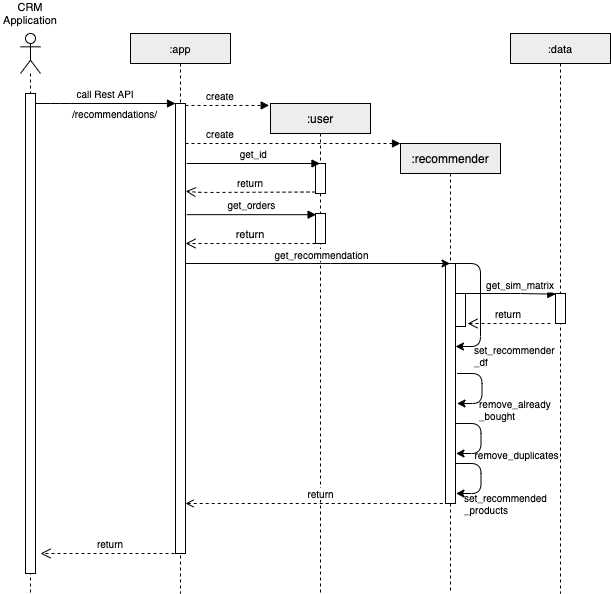
This is docs/Sequence.png from steffenkk/recommendation-app, a draw.io export, as it was before one commit. Source tidied: cells renumbered, new cells last; positions are measured from the earlier drawing's top-left corner, leaving out a move shared by most shapes.
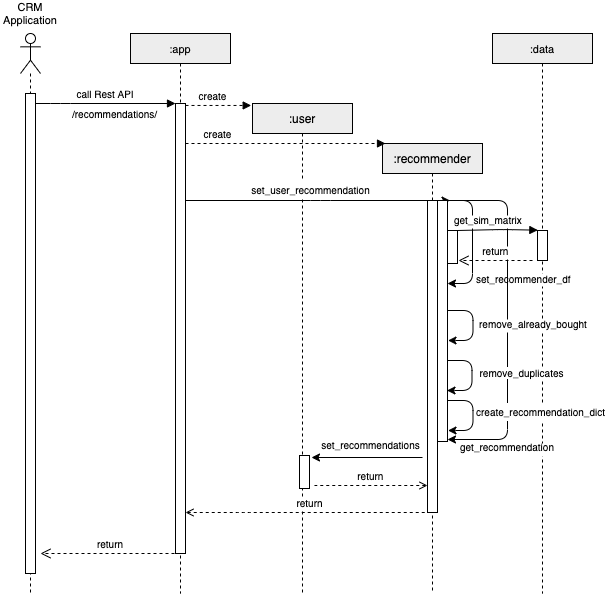
Later version of the same file.

Change to the diagram source:
```diff
@@ -9,30 +9,11 @@
       <mxGeometry x="45" y="70" width="10" height="450" as="geometry" />
     </mxCell>
     <mxCell id="4" value=":user" style="shape=umlLifeline;perimeter=lifelinePerimeter;rounded=0;shadow=0;strokeWidth=1;size=30;labelBackgroundColor=none;fillColor=#EDEDED;" parent="1" vertex="1">
-      <mxGeometry x="270" y="100" width="100" height="490" as="geometry" />
+      <mxGeometry x="252" y="100" width="100" height="490" as="geometry" />
     </mxCell>
-    <mxCell id="5" style="points=[];perimeter=orthogonalPerimeter;rounded=0;shadow=0;strokeWidth=1;" parent="4" vertex="1">
-      <mxGeometry x="45" y="60" width="10" height="30" as="geometry" />
-    </mxCell>
-    <mxCell id="6" style="points=[];perimeter=orthogonalPerimeter;rounded=0;shadow=0;strokeWidth=1;" parent="4" vertex="1">
-      <mxGeometry x="45" y="110" width="10" height="30" as="geometry" />
-    </mxCell>
-    <mxCell id="7" value="return" style="verticalAlign=bottom;endArrow=open;dashed=1;endSize=8;exitX=0;exitY=0.95;shadow=0;strokeWidth=1;" parent="4" edge="1">
-      <mxGeometry relative="1" as="geometry">
-        <mxPoint x="45" y="140" as="sourcePoint" />
-        <mxPoint x="-85" y="140" as="targetPoint" />
-        <Array as="points">
-          <mxPoint x="-50" y="140" />
-        </Array>
-      </mxGeometry>
-    </mxCell>
-    <mxCell id="8" value="return" style="verticalAlign=bottom;endArrow=open;dashed=1;endSize=8;exitX=0;exitY=0.95;shadow=0;strokeWidth=1;entryX=1.02;entryY=0.195;entryDx=0;entryDy=0;entryPerimeter=0;fontSize=10;" parent="1" edge="1" source="5" target="3">
-      <mxGeometry relative="1" as="geometry">
-        <Array as="points">
-          <mxPoint x="200" y="189" />
-        </Array>
-      </mxGeometry>
-    </mxCell>
+    <mxCell id="37" style="perimeter=orthogonalPerimeter;rounded=0;shadow=0;strokeWidth=1;" parent="4" vertex="1">
+      <mxGeometry x="47" y="352" width="10" height="33" as="geometry" />
+    </mxCell>
     <mxCell id="9" value="create" style="verticalAlign=bottom;endArrow=block;entryX=-0.013;entryY=0.004;shadow=0;strokeWidth=1;dashed=1;entryDx=0;entryDy=0;entryPerimeter=0;fontSize=10;" parent="1" edge="1" source="3" target="4">
       <mxGeometry x="-0.16" relative="1" as="geometry" />
     </mxCell>
@@ -56,37 +37,31 @@
       <mxGeometry width="60" height="20" as="geometry" />
     </mxCell>
     <mxCell id="15" value=":recommender" style="shape=umlLifeline;perimeter=lifelinePerimeter;rounded=0;shadow=0;strokeWidth=1;size=30;labelBackgroundColor=none;fillColor=#EDEDED;" parent="1" vertex="1">
-      <mxGeometry x="400" y="140" width="100" height="450" as="geometry" />
+      <mxGeometry x="382" y="140" width="100" height="450" as="geometry" />
     </mxCell>
     <mxCell id="16" style="perimeter=orthogonalPerimeter;rounded=0;shadow=0;strokeWidth=1;" parent="15" vertex="1">
-      <mxGeometry x="45" y="120" width="10" height="240" as="geometry" />
+      <mxGeometry x="45" y="57" width="10" height="312" as="geometry" />
     </mxCell>
     <mxCell id="17" style="edgeStyle=orthogonalEdgeStyle;rounded=1;orthogonalLoop=1;jettySize=auto;html=1;startArrow=none;startFill=0;fontSize=11;" parent="15" edge="1">
       <mxGeometry relative="1" as="geometry">
-        <mxPoint x="55" y="120" as="sourcePoint" />
-        <mxPoint x="55" y="203" as="targetPoint" />
+        <mxPoint x="65" y="57" as="sourcePoint" />
+        <mxPoint x="65" y="140" as="targetPoint" />
         <Array as="points">
-          <mxPoint x="55" y="120" />
-          <mxPoint x="80" y="120" />
-          <mxPoint x="80" y="203" />
+          <mxPoint x="65" y="57" />
+          <mxPoint x="90" y="57" />
+          <mxPoint x="90" y="140" />
         </Array>
       </mxGeometry>
     </mxCell>
     <mxCell id="18" style="perimeter=orthogonalPerimeter;rounded=0;shadow=0;strokeWidth=1;" parent="15" vertex="1">
-      <mxGeometry x="55" y="150" width="10" height="33" as="geometry" />
+      <mxGeometry x="65" y="87" width="10" height="33" as="geometry" />
     </mxCell>
     <mxCell id="19" value="create" style="verticalAlign=bottom;endArrow=block;shadow=0;strokeWidth=1;dashed=1;fontSize=10;" parent="1" edge="1">
       <mxGeometry x="-0.67" relative="1" as="geometry">
         <mxPoint x="185" y="140" as="sourcePoint" />
-        <mxPoint x="400" y="140" as="targetPoint" />
+        <mxPoint x="385" y="140" as="targetPoint" />
       </mxGeometry>
     </mxCell>
-    <mxCell id="20" value="get_id" style="verticalAlign=bottom;endArrow=block;shadow=0;strokeWidth=1;fontSize=10;" parent="1" edge="1">
-      <mxGeometry relative="1" as="geometry">
-        <mxPoint x="186.3" y="160" as="sourcePoint" />
-        <mxPoint x="319.5" y="160" as="targetPoint" />
-      </mxGeometry>
-    </mxCell>
     <mxCell id="21" value="return" style="verticalAlign=bottom;endArrow=open;dashed=1;endSize=8;shadow=0;strokeWidth=1;fontSize=10;" parent="1" edge="1">
       <mxGeometry relative="1" as="geometry">
         <mxPoint x="180" y="550" as="sourcePoint" />
@@ -94,93 +69,132 @@
       </mxGeometry>
     </mxCell>
     <mxCell id="22" value=":data" style="shape=umlLifeline;perimeter=lifelinePerimeter;rounded=0;shadow=0;strokeWidth=1;fontSize=11;size=30;labelBackgroundColor=none;fillColor=#EDEDED;" parent="1" vertex="1">
-      <mxGeometry x="510" y="30" width="100" height="560" as="geometry" />
+      <mxGeometry x="492" y="30" width="100" height="560" as="geometry" />
     </mxCell>
     <mxCell id="23" style="points=[];perimeter=orthogonalPerimeter;rounded=0;shadow=0;strokeWidth=1;" parent="22" vertex="1">
-      <mxGeometry x="45" y="260" width="10" height="30" as="geometry" />
+      <mxGeometry x="45" y="197" width="10" height="30" as="geometry" />
     </mxCell>
-    <mxCell id="24" value="get_sim_matrix" style="verticalAlign=bottom;endArrow=block;shadow=0;strokeWidth=1;entryX=0.033;entryY=0.022;entryDx=0;entryDy=0;entryPerimeter=0;fontSize=10;" parent="1" edge="1" target="23">
-      <mxGeometry x="0.3" y="-1" relative="1" as="geometry">
-        <mxPoint x="455" y="290" as="sourcePoint" />
-        <Array as="points">
-          <mxPoint x="520" y="290" />
-        </Array>
-      </mxGeometry>
-    </mxCell>
-    <mxCell id="25" value="return" style="verticalAlign=bottom;endArrow=open;dashed=1;endSize=8;exitX=0;exitY=0.95;shadow=0;strokeWidth=1;fontSize=10;" parent="1" edge="1">
-      <mxGeometry relative="1" as="geometry">
-        <mxPoint x="550" y="320" as="sourcePoint" />
-        <mxPoint x="467" y="320" as="targetPoint" />
-      </mxGeometry>
-    </mxCell>
-    <mxCell id="26" value="&lt;font style=&quot;font-size: 10px&quot;&gt;set_recommender&lt;br&gt;_df&lt;/font&gt;" style="text;html=1;align=left;verticalAlign=middle;fontSize=10;" parent="1" vertex="1">
-      <mxGeometry x="472" y="338" width="91" height="28" as="geometry" />
+    <mxCell id="26" value="set_recommender_df" style="text;align=left;verticalAlign=middle;fontSize=10;labelBackgroundColor=#ffffff;" parent="1" vertex="1">
+      <mxGeometry x="474" y="268" width="105" height="16" as="geometry" />
     </mxCell>
     <mxCell id="27" style="edgeStyle=orthogonalEdgeStyle;rounded=1;orthogonalLoop=1;jettySize=auto;html=1;startArrow=none;startFill=0;fontSize=11;" parent="1" edge="1">
       <mxGeometry relative="1" as="geometry">
-        <mxPoint x="456.5" y="370" as="sourcePoint" />
-        <mxPoint x="456.5" y="400" as="targetPoint" />
+        <mxPoint x="447.5" y="307" as="sourcePoint" />
+        <mxPoint x="447.5" y="337" as="targetPoint" />
         <Array as="points">
-          <mxPoint x="481.5" y="370" />
-          <mxPoint x="481.5" y="400" />
-          <mxPoint x="456.5" y="400" />
+          <mxPoint x="472.5" y="307" />
+          <mxPoint x="472.5" y="337" />
+          <mxPoint x="447.5" y="337" />
         </Array>
       </mxGeometry>
     </mxCell>
     <mxCell id="28" style="edgeStyle=orthogonalEdgeStyle;rounded=1;orthogonalLoop=1;jettySize=auto;html=1;startArrow=none;startFill=0;fontSize=11;" parent="1" edge="1">
       <mxGeometry relative="1" as="geometry">
-        <mxPoint x="455.5" y="420" as="sourcePoint" />
-        <mxPoint x="455.5" y="450" as="targetPoint" />
+        <mxPoint x="446.5" y="357" as="sourcePoint" />
+        <mxPoint x="446.5" y="387" as="targetPoint" />
         <Array as="points">
-          <mxPoint x="480.5" y="420" />
-          <mxPoint x="480.5" y="450" />
-          <mxPoint x="455.5" y="450" />
+          <mxPoint x="471.5" y="357" />
+          <mxPoint x="471.5" y="387" />
+          <mxPoint x="446.5" y="387" />
         </Array>
       </mxGeometry>
     </mxCell>
-    <mxCell id="29" value="&lt;div&gt;&lt;span&gt;remove&lt;/span&gt;&lt;span&gt;_already&lt;/span&gt;&lt;/div&gt;&lt;font style=&quot;font-size: 10px&quot;&gt;_bought&lt;/font&gt;" style="text;html=1;align=left;verticalAlign=middle;fontSize=10;" parent="1" vertex="1">
-      <mxGeometry x="476.5" y="392" width="82" height="28" as="geometry" />
-    </mxCell>
-    <mxCell id="30" value="&lt;div style=&quot;text-align: left&quot;&gt;&lt;span&gt;remove&lt;/span&gt;&lt;span&gt;_duplicates&lt;/span&gt;&lt;/div&gt;" style="text;html=1;align=center;verticalAlign=middle;fontSize=10;" parent="1" vertex="1">
-      <mxGeometry x="469" y="443" width="94" height="16" as="geometry" />
-    </mxCell>
     <mxCell id="31" style="edgeStyle=orthogonalEdgeStyle;rounded=1;orthogonalLoop=1;jettySize=auto;html=1;startArrow=none;startFill=0;fontSize=11;" parent="1" edge="1">
       <mxGeometry relative="1" as="geometry">
-        <mxPoint x="455.5" y="460" as="sourcePoint" />
-        <mxPoint x="455.5" y="490" as="targetPoint" />
+        <mxPoint x="447.5" y="397" as="sourcePoint" />
+        <mxPoint x="447.5" y="427" as="targetPoint" />
         <Array as="points">
-          <mxPoint x="480.5" y="460" />
-          <mxPoint x="480.5" y="490" />
-          <mxPoint x="455.5" y="490" />
+          <mxPoint x="472.5" y="397" />
+          <mxPoint x="472.5" y="427" />
+          <mxPoint x="447.5" y="427" />
         </Array>
       </mxGeometry>
     </mxCell>
-    <mxCell id="32" value="&lt;font style=&quot;font-size: 10px&quot;&gt;set_recommended&lt;br style=&quot;font-size: 10px&quot;&gt;_products&lt;/font&gt;" style="text;html=1;align=left;verticalAlign=middle;fontSize=10;" parent="1" vertex="1">
-      <mxGeometry x="462" y="486" width="93" height="28" as="geometry" />
-    </mxCell>
-    <mxCell id="33" value="get_orders" style="verticalAlign=bottom;endArrow=block;shadow=0;strokeWidth=1;entryX=0.059;entryY=0.04;entryDx=0;entryDy=0;entryPerimeter=0;exitX=1.14;exitY=0.247;exitDx=0;exitDy=0;exitPerimeter=0;fontSize=10;" parent="1" edge="1" source="3" target="6">
-      <mxGeometry relative="1" as="geometry" />
-    </mxCell>
-    <mxCell id="34" style="edgeStyle=orthogonalEdgeStyle;rounded=1;jettySize=auto;html=1;startArrow=none;startFill=0;fontSize=10;" parent="1" edge="1" source="3" target="15">
+    <mxCell id="34" style="edgeStyle=orthogonalEdgeStyle;rounded=1;orthogonalLoop=1;jettySize=auto;html=1;startArrow=none;startFill=0;fontSize=10;" parent="1" edge="1">
       <mxGeometry relative="1" as="geometry">
+        <mxPoint x="185" y="197" as="sourcePoint" />
+        <mxPoint x="449.5" y="197" as="targetPoint" />
         <Array as="points">
-          <mxPoint x="320" y="260" />
-          <mxPoint x="320" y="260" />
+          <mxPoint x="320" y="197" />
+          <mxPoint x="320" y="197" />
         </Array>
       </mxGeometry>
     </mxCell>
-    <mxCell id="35" value="get_recommendation" style="edgeLabel;html=1;align=center;verticalAlign=middle;fontSize=10;" parent="34" vertex="1">
+    <mxCell id="35" value="&lt;div style=&quot;line-height: 18px&quot;&gt;set_user_recommendation&lt;/div&gt;" style="edgeLabel;html=1;align=center;verticalAlign=middle;fontSize=10;labelBackgroundColor=#ffffff;spacing=0;" parent="34" vertex="1">
       <mxGeometry x="-0.09" y="1" relative="1" as="geometry">
-        <mxPoint x="15" y="-9" as="offset" />
+        <mxPoint x="5" y="-10" as="offset" />
       </mxGeometry>
     </mxCell>
-    <mxCell id="36" value="return" style="edgeStyle=orthogonalEdgeStyle;rounded=1;jettySize=auto;html=1;dashed=1;startArrow=open;startFill=0;fontSize=10;endArrow=none;endFill=0;" parent="1" edge="1" source="3" target="15">
+    <mxCell id="36" value="return" style="edgeStyle=orthogonalEdgeStyle;rounded=1;orthogonalLoop=1;jettySize=auto;html=1;dashed=1;startArrow=open;startFill=0;fontSize=10;endArrow=none;endFill=0;" parent="1" edge="1">
       <mxGeometry x="0.02" y="10" relative="1" as="geometry">
+        <mxPoint x="185" y="509" as="sourcePoint" />
+        <mxPoint x="429" y="509" as="targetPoint" />
         <Array as="points">
-          <mxPoint x="380" y="500" />
-          <mxPoint x="380" y="500" />
+          <mxPoint x="243" y="509" />
+          <mxPoint x="243" y="509" />
         </Array>
       </mxGeometry>
     </mxCell>
+    <mxCell id="38" style="edgeStyle=orthogonalEdgeStyle;rounded=1;orthogonalLoop=1;jettySize=auto;html=1;startArrow=classic;startFill=1;fontSize=10;endArrow=none;endFill=0;endSize=6;" parent="1" edge="1">
+      <mxGeometry relative="1" as="geometry">
+        <mxPoint x="311" y="454" as="sourcePoint" />
+        <mxPoint x="422" y="454" as="targetPoint" />
+        <Array as="points">
+          <mxPoint x="311" y="454" />
+          <mxPoint x="311" y="454" />
+        </Array>
+      </mxGeometry>
+    </mxCell>
+    <mxCell id="39" value="&lt;div style=&quot;line-height: 18px&quot;&gt;&lt;div style=&quot;line-height: 18px&quot;&gt;set_recommendations&lt;/div&gt;&lt;/div&gt;" style="edgeLabel;html=1;align=center;verticalAlign=middle;fontSize=10;labelBackgroundColor=#ffffff;spacing=0;" parent="38" vertex="1">
+      <mxGeometry x="-0.09" y="1" relative="1" as="geometry">
+        <mxPoint x="8" y="-12" as="offset" />
+      </mxGeometry>
+    </mxCell>
+    <mxCell id="40" value="return" style="verticalAlign=bottom;endArrow=none;dashed=1;endSize=8;shadow=0;strokeWidth=1;fontSize=10;startArrow=open;startFill=0;endFill=0;" parent="1" edge="1">
+      <mxGeometry relative="1" as="geometry">
+        <mxPoint x="427" y="482" as="sourcePoint" />
+        <mxPoint x="314" y="482" as="targetPoint" />
+      </mxGeometry>
+    </mxCell>
+    <mxCell id="41" value="get_recommendation" style="text;spacing=0;fontSize=10;labelBackgroundColor=#ffffff;" parent="1" vertex="1">
+      <mxGeometry x="460" y="434" width="150" height="22" as="geometry" />
+    </mxCell>
+    <mxCell id="42" style="perimeter=orthogonalPerimeter;rounded=0;shadow=0;strokeWidth=1;" parent="1" vertex="1">
+      <mxGeometry x="437" y="197" width="10" height="241" as="geometry" />
+    </mxCell>
+    <mxCell id="43" style="edgeStyle=orthogonalEdgeStyle;rounded=1;orthogonalLoop=1;jettySize=auto;html=1;startArrow=none;startFill=0;fontSize=11;" parent="1" edge="1">
+      <mxGeometry relative="1" as="geometry">
+        <mxPoint x="447" y="197" as="sourcePoint" />
+        <mxPoint x="447" y="436" as="targetPoint" />
+        <Array as="points">
+          <mxPoint x="507" y="197" />
+          <mxPoint x="507" y="436" />
+        </Array>
+      </mxGeometry>
+    </mxCell>
+    <mxCell id="24" value="get_sim_matrix" style="verticalAlign=bottom;endArrow=block;shadow=0;strokeWidth=1;entryX=0.033;entryY=0.022;entryDx=0;entryDy=0;entryPerimeter=0;fontSize=10;" parent="1" edge="1">
+      <mxGeometry x="-0.23" relative="1" as="geometry">
+        <mxPoint x="457" y="227" as="sourcePoint" />
+        <mxPoint x="537.3" y="226.7" as="targetPoint" />
+        <Array as="points">
+          <mxPoint x="502" y="226" />
+        </Array>
+      </mxGeometry>
+    </mxCell>
+    <mxCell id="25" value="return" style="verticalAlign=bottom;endArrow=open;dashed=1;endSize=8;exitX=0;exitY=0.95;shadow=0;strokeWidth=1;fontSize=10;" parent="1" edge="1">
+      <mxGeometry relative="1" as="geometry">
+        <mxPoint x="532" y="257" as="sourcePoint" />
+        <mxPoint x="458" y="257" as="targetPoint" />
+      </mxGeometry>
+    </mxCell>
+    <mxCell id="32" value="&lt;div style=&quot;line-height: 18px&quot;&gt;create_recommendation_dict&lt;/div&gt;" style="text;html=1;align=left;verticalAlign=middle;fontSize=10;labelBackgroundColor=#ffffff;" parent="1" vertex="1">
+      <mxGeometry x="474" y="397" width="139" height="22" as="geometry" />
+    </mxCell>
+    <mxCell id="30" value="&lt;div style=&quot;text-align: left&quot;&gt;&lt;span&gt;remove&lt;/span&gt;&lt;span&gt;_duplicates&lt;/span&gt;&lt;/div&gt;" style="text;html=1;align=center;verticalAlign=middle;fontSize=10;labelBackgroundColor=#ffffff;" parent="1" vertex="1">
+      <mxGeometry x="474" y="361" width="94" height="16" as="geometry" />
+    </mxCell>
+    <mxCell id="29" value="remove_already_bought" style="text;align=left;verticalAlign=middle;fontSize=10;labelBackgroundColor=#ffffff;" parent="1" vertex="1">
+      <mxGeometry x="477" y="307" width="82" height="28" as="geometry" />
+    </mxCell>
   </root>
 </mxGraphModel>
```
